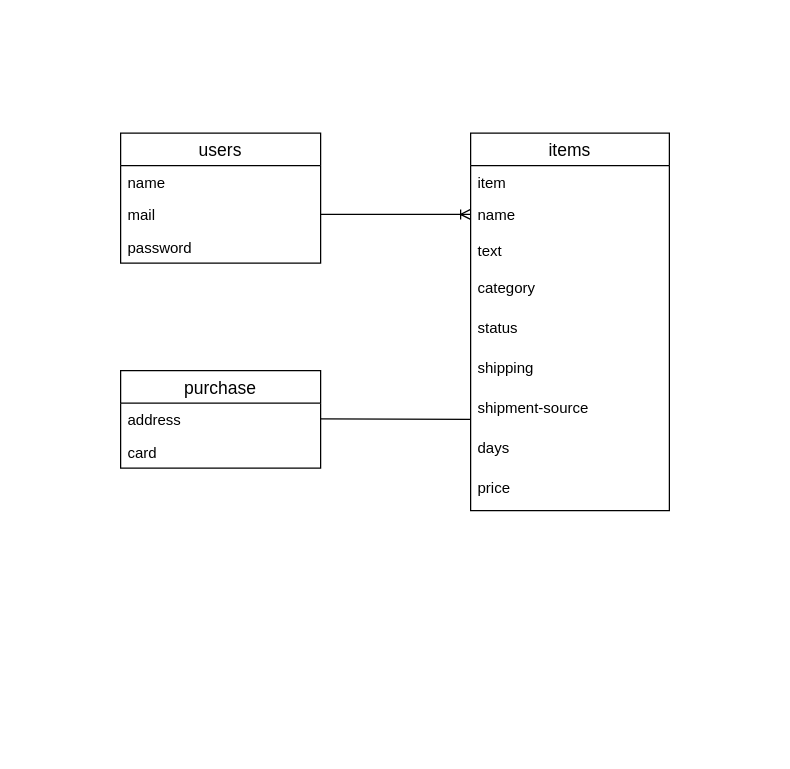
This is furima.dio from ShogoSonoda/furima-29107, a draw.io file, before an edit. Source tidied: cells renumbered, new cells numbered last; positions are measured from the earlier drawing's top-left corner, leaving out a move shared by most shapes. Both pictures are drawn from the tidied source at 125%, with x=0, y=0 at pixel (120, 132).
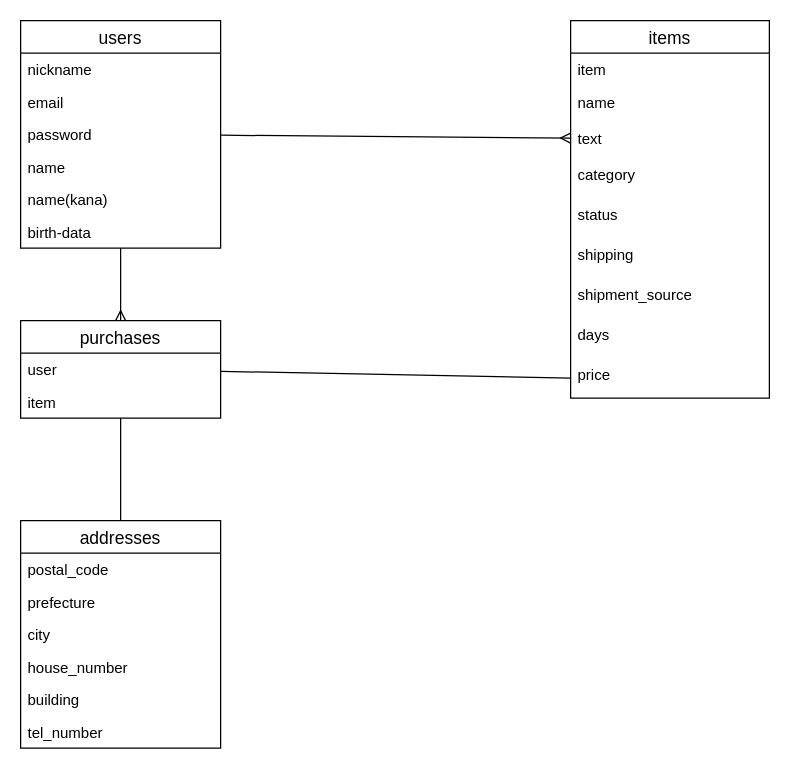
The same page after the edit.

Commit message (it also covers changes not shown here):
テーブル設計の修正

The change refers to these unchanged cells:
```xml
<mxCell id="8" value="name" style="text;strokeColor=none;fillColor=none;spacingLeft=4;spacingRight=4;overflow=hidden;points=[[0,0.5],[1,0.5]];portConstraint=eastwest;fontSize=12;" parent="6" vertex="1">
  <mxGeometry y="52" width="159" height="26" as="geometry" />
</mxCell>
<mxCell id="9" value="text" style="text;strokeColor=none;fillColor=none;spacingLeft=4;spacingRight=4;overflow=hidden;points=[[0,0.5],[1,0.5]];portConstraint=eastwest;fontSize=12;verticalAlign=middle;" parent="6" vertex="1">
  <mxGeometry y="78" width="159" height="32" as="geometry" />
</mxCell>
<mxCell id="15" value="price" style="text;strokeColor=none;fillColor=none;spacingLeft=4;spacingRight=4;overflow=hidden;points=[[0,0.5],[1,0.5]];portConstraint=eastwest;fontSize=12;verticalAlign=top;" parent="6" vertex="1">
  <mxGeometry y="270" width="159" height="32" as="geometry" />
</mxCell>
```

What changed in the source:
```diff
@@
+    <mxCell id="21" style="edgeStyle=none;rounded=0;jettySize=auto;html=1;endArrow=ERmany;endFill=0;entryX=0;entryY=0.5;entryDx=0;entryDy=0;endSize=6;" parent="1" edge="1" source="2" target="9">
+      <mxGeometry relative="1" as="geometry" />
+    </mxCell>
+    <mxCell id="22" style="edgeStyle=none;rounded=0;jettySize=auto;html=1;entryX=0.5;entryY=0;entryDx=0;entryDy=0;endArrow=ERmany;endFill=0;" parent="1" edge="1" source="2" target="28">
+      <mxGeometry relative="1" as="geometry" />
+    </mxCell>
     <mxCell id="2" value="users" style="swimlane;fontStyle=0;horizontal=1;startSize=26;align=center;fontSize=14;" parent="1" vertex="1">
-      <mxGeometry width="160" height="104" as="geometry" />
+      <mxGeometry x="-80" y="-90" width="160" height="182" as="geometry" />
     </mxCell>
-    <mxCell id="3" value="name" style="text;strokeColor=none;fillColor=none;spacingLeft=4;spacingRight=4;overflow=hidden;fontSize=12;" parent="2" vertex="1">
+    <mxCell id="3" value="nickname" style="text;strokeColor=none;fillColor=none;spacingLeft=4;spacingRight=4;overflow=hidden;fontSize=12;" parent="2" vertex="1">
       <mxGeometry y="26" width="160" height="26" as="geometry" />
     </mxCell>
-    <mxCell id="4" value="mail" style="text;strokeColor=none;fillColor=none;spacingLeft=4;spacingRight=4;overflow=hidden;points=[[0,0.5],[1,0.5]];portConstraint=eastwest;fontSize=12;" parent="2" vertex="1">
+    <mxCell id="4" value="email" style="text;strokeColor=none;fillColor=none;spacingLeft=4;spacingRight=4;overflow=hidden;points=[[0,0.5],[1,0.5]];portConstraint=eastwest;fontSize=12;" parent="2" vertex="1">
       <mxGeometry y="52" width="160" height="26" as="geometry" />
     </mxCell>
@@
+    <mxCell id="23" value="name" style="text;strokeColor=none;fillColor=none;spacingLeft=4;spacingRight=4;overflow=hidden;fontSize=12;" parent="2" vertex="1">
+      <mxGeometry y="104" width="160" height="26" as="geometry" />
+    </mxCell>
+    <mxCell id="24" value="name(kana)" style="text;strokeColor=none;fillColor=none;spacingLeft=4;spacingRight=4;overflow=hidden;fontSize=12;" parent="2" vertex="1">
+      <mxGeometry y="130" width="160" height="26" as="geometry" />
+    </mxCell>
+    <mxCell id="25" value="birth-data" style="text;strokeColor=none;fillColor=none;spacingLeft=4;spacingRight=4;overflow=hidden;fontSize=12;" parent="2" vertex="1">
+      <mxGeometry y="156" width="160" height="26" as="geometry" />
+    </mxCell>
     <mxCell id="6" value="items" style="swimlane;fontStyle=0;horizontal=1;startSize=26;align=center;fontSize=14;" parent="1" vertex="1">
-      <mxGeometry x="280" width="159" height="302" as="geometry" />
+      <mxGeometry x="360" y="-90" width="159" height="302" as="geometry" />
     </mxCell>
@@
-    <mxCell id="13" value="shipment-source" style="text;strokeColor=none;fillColor=none;spacingLeft=4;spacingRight=4;overflow=hidden;fontSize=12;verticalAlign=top;" parent="6" vertex="1">
+    <mxCell id="13" value="shipment_source" style="text;strokeColor=none;fillColor=none;spacingLeft=4;spacingRight=4;overflow=hidden;fontSize=12;verticalAlign=top;" parent="6" vertex="1">
       <mxGeometry y="206" width="159" height="32" as="geometry" />
     </mxCell>
@@
+    <mxCell id="26" style="edgeStyle=none;rounded=0;jettySize=auto;html=1;entryX=0;entryY=0.5;entryDx=0;entryDy=0;endArrow=none;endFill=0;endSize=6;" parent="1" edge="1" source="28" target="15">
+      <mxGeometry relative="1" as="geometry" />
+    </mxCell>
+    <mxCell id="27" style="edgeStyle=none;rounded=0;jettySize=auto;html=1;entryX=0.5;entryY=0;entryDx=0;entryDy=0;endArrow=none;endFill=0;endSize=6;" parent="1" edge="1" source="28" target="16">
+      <mxGeometry relative="1" as="geometry" />
+    </mxCell>
+    <mxCell id="28" value="purchases" style="swimlane;fontStyle=0;horizontal=1;startSize=26;align=center;fontSize=14;html=0;" parent="1" vertex="1">
+      <mxGeometry x="-80" y="150" width="160" height="78" as="geometry" />
+    </mxCell>
+    <mxCell id="29" value="user" style="text;strokeColor=none;fillColor=none;spacingLeft=4;spacingRight=4;overflow=hidden;fontSize=12;" parent="28" vertex="1">
+      <mxGeometry y="26" width="160" height="26" as="geometry" />
+    </mxCell>
+    <mxCell id="30" value="item" style="text;strokeColor=none;fillColor=none;spacingLeft=4;spacingRight=4;overflow=hidden;fontSize=12;" parent="28" vertex="1">
+      <mxGeometry y="52" width="160" height="26" as="geometry" />
+    </mxCell>
-    <mxCell id="16" value="purchase" style="swimlane;fontStyle=0;horizontal=1;startSize=26;align=center;fontSize=14;" parent="1" vertex="1">
-      <mxGeometry y="190" width="160" height="78" as="geometry" />
+    <mxCell id="16" value="addresses" style="swimlane;fontStyle=0;horizontal=1;startSize=26;align=center;fontSize=14;" parent="1" vertex="1">
+      <mxGeometry x="-80" y="310" width="160" height="182" as="geometry" />
     </mxCell>
-    <mxCell id="17" value="address" style="text;strokeColor=none;fillColor=none;spacingLeft=4;spacingRight=4;overflow=hidden;fontSize=12;" parent="16" vertex="1">
-      <mxGeometry y="26" width="160" height="26" as="geometry" />
-    </mxCell>
-    <mxCell id="18" value="card" style="text;strokeColor=none;fillColor=none;spacingLeft=4;spacingRight=4;overflow=hidden;fontSize=12;" parent="16" vertex="1">
-      <mxGeometry y="52" width="160" height="26" as="geometry" />
+    <mxCell id="18" value="postal_code" style="text;strokeColor=none;fillColor=none;spacingLeft=4;spacingRight=4;overflow=hidden;fontSize=12;" parent="16" vertex="1">
+      <mxGeometry y="26" width="160" height="26" as="geometry" />
     </mxCell>
-    <mxCell id="19" style="edgeStyle=entityRelationEdgeStyle;fontSize=12;html=1;endArrow=ERoneToMany;exitX=1;exitY=0.5;exitDx=0;exitDy=0;" parent="1" edge="1" source="4" target="8">
-      <mxGeometry relative="1" as="geometry" />
-    </mxCell>
-    <mxCell id="20" style="endArrow=none;html=1;rounded=0;" parent="1" edge="1">
-      <mxGeometry relative="1" as="geometry">
-        <mxPoint x="160" y="228.5" as="sourcePoint" />
-        <mxPoint x="280" y="229" as="targetPoint" />
-      </mxGeometry>
-    </mxCell>
+    <mxCell id="31" value="prefecture" style="text;strokeColor=none;fillColor=none;spacingLeft=4;spacingRight=4;overflow=hidden;fontSize=12;" parent="16" vertex="1">
+      <mxGeometry y="52" width="160" height="26" as="geometry" />
+    </mxCell>
+    <mxCell id="32" value="city" style="text;strokeColor=none;fillColor=none;spacingLeft=4;spacingRight=4;overflow=hidden;fontSize=12;" parent="16" vertex="1">
+      <mxGeometry y="78" width="160" height="26" as="geometry" />
+    </mxCell>
+    <mxCell id="33" value="house_number" style="text;strokeColor=none;fillColor=none;spacingLeft=4;spacingRight=4;overflow=hidden;fontSize=12;" parent="16" vertex="1">
+      <mxGeometry y="104" width="160" height="26" as="geometry" />
+    </mxCell>
+    <mxCell id="34" value="building" style="text;strokeColor=none;fillColor=none;spacingLeft=4;spacingRight=4;overflow=hidden;fontSize=12;" parent="16" vertex="1">
+      <mxGeometry y="130" width="160" height="26" as="geometry" />
+    </mxCell>
+    <mxCell id="35" value="tel_number" style="text;strokeColor=none;fillColor=none;spacingLeft=4;spacingRight=4;overflow=hidden;fontSize=12;" parent="16" vertex="1">
+      <mxGeometry y="156" width="160" height="26" as="geometry" />
+    </mxCell>
```
